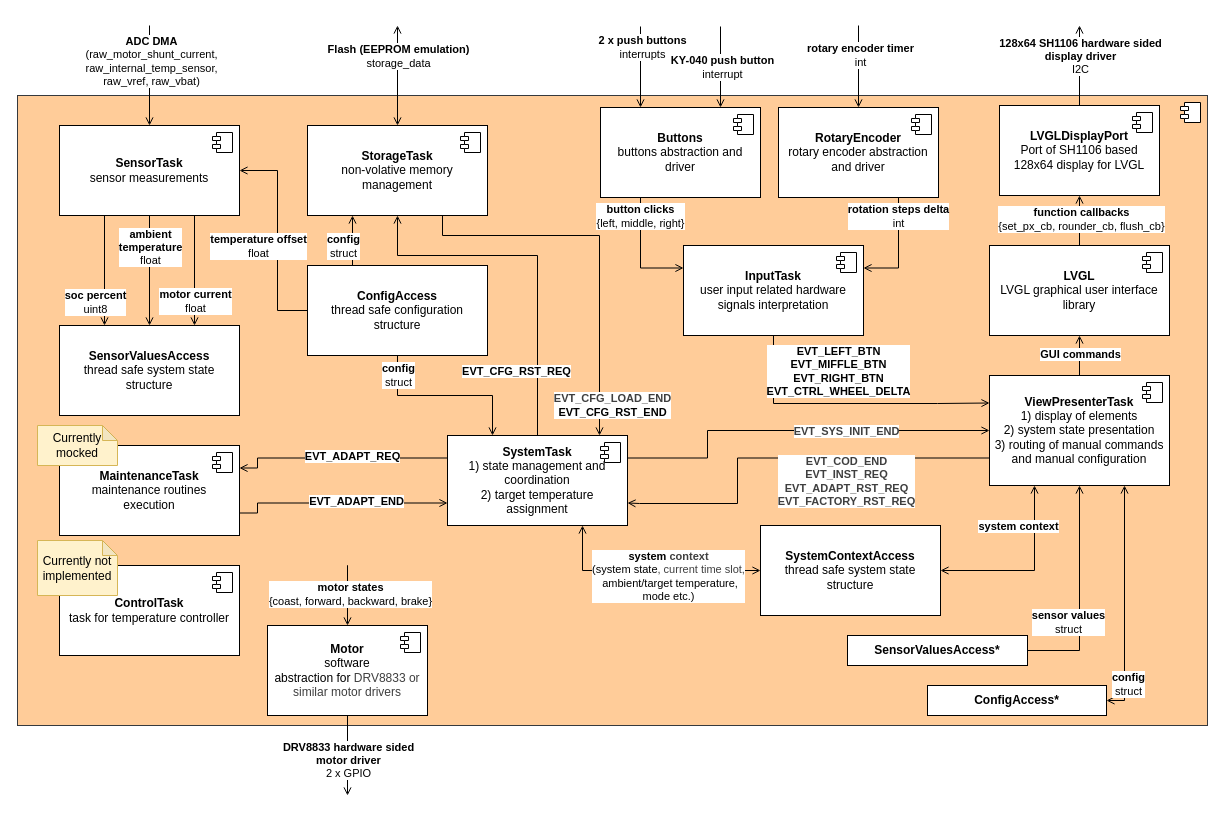
This is software/diagrams/mt-rt-sw-architecture.drawio from MiraTherm/miratherm-radiator-thermostat-documentation, a draw.io file, before an edit. Source tidied: cells renumbered, new cells numbered last; positions are measured from the earlier drawing's top-left corner, leaving out a move shared by most shapes. Both pictures are drawn from the tidied source at 100%, with x=0, y=0 at pixel (17, 25).
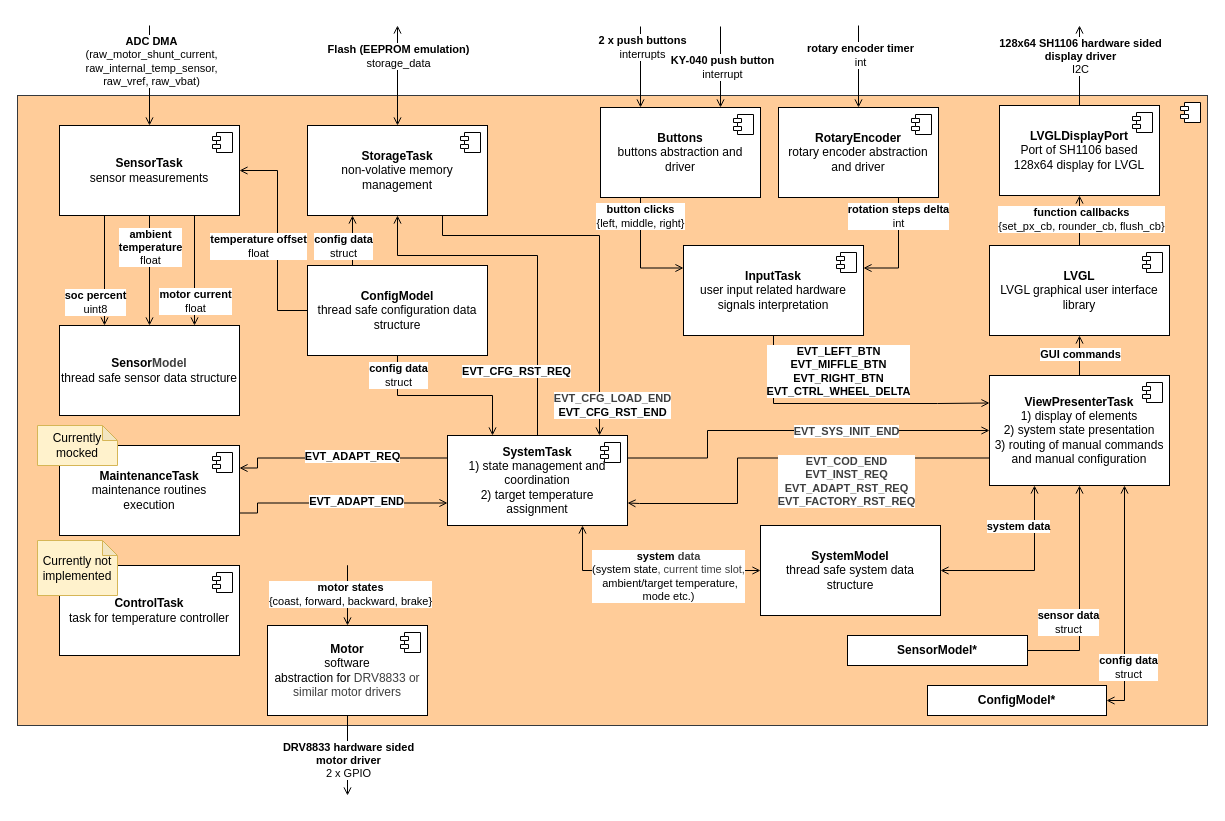
The same diagram, later.

Commit message (it also covers changes not shown here):
:memo: Change the architecture description based on MVP pattern

The change refers to these unchanged cells:
```xml
<mxCell id="59" style="endArrow=open;html=1;rounded=0;endFill=0;edgeStyle=orthogonalEdgeStyle;exitX=0.5;exitY=1;exitDx=0;exitDy=0;startArrow=none;startFill=0;entryX=0.25;entryY=0;entryDx=0;entryDy=0;fontColor=default;" parent="1" edge="1" source="58" target="4">
  <mxGeometry relative="1" as="geometry">
    <Array as="points">
      <mxPoint x="380" y="370" />
      <mxPoint x="475" y="370" />
    </Array>
  </mxGeometry>
</mxCell>
<mxCell id="61" style="endArrow=open;html=1;rounded=0;endFill=0;exitX=0.25;exitY=0;exitDx=0;exitDy=0;entryX=0.25;entryY=1;entryDx=0;entryDy=0;edgeStyle=orthogonalEdgeStyle;fontColor=default;" parent="1" edge="1" source="58" target="16">
  <mxGeometry relative="1" as="geometry" />
</mxCell>
<mxCell id="64" style="endArrow=open;html=1;rounded=0;entryX=1;entryY=0.5;entryDx=0;entryDy=0;endFill=0;exitX=0.25;exitY=1;exitDx=0;exitDy=0;edgeStyle=orthogonalEdgeStyle;startArrow=open;startFill=0;fontColor=default;" parent="1" edge="1" source="6" target="63">
  <mxGeometry relative="1" as="geometry" />
</mxCell>
<mxCell id="66" style="endArrow=open;html=1;rounded=0;entryX=0;entryY=0.5;entryDx=0;entryDy=0;endFill=0;exitX=0.75;exitY=1;exitDx=0;exitDy=0;edgeStyle=orthogonalEdgeStyle;startArrow=open;startFill=0;fontColor=default;" parent="1" edge="1" source="4" target="63">
  <mxGeometry relative="1" as="geometry" />
</mxCell>
<mxCell id="85" style="endArrow=none;html=1;rounded=0;entryX=1;entryY=0.5;entryDx=0;entryDy=0;endFill=0;exitX=0.5;exitY=1;exitDx=0;exitDy=0;edgeStyle=orthogonalEdgeStyle;startArrow=open;startFill=0;fontColor=default;" parent="1" edge="1" source="6" target="79">
  <mxGeometry relative="1" as="geometry" />
</mxCell>
<mxCell id="87" style="endArrow=open;html=1;rounded=0;entryX=1;entryY=0.5;entryDx=0;entryDy=0;endFill=0;exitX=0.75;exitY=1;exitDx=0;exitDy=0;edgeStyle=orthogonalEdgeStyle;startArrow=open;startFill=0;fontColor=default;" parent="1" edge="1" source="6" target="80">
  <mxGeometry relative="1" as="geometry" />
</mxCell>
```

Change to the diagram source:
```diff
@@
-    <mxCell id="24" value="&lt;b style=&quot;scrollbar-color: rgb(226, 226, 226) rgb(251, 251, 251);&quot;&gt;Buttons&lt;/b&gt;&lt;br style=&quot;scrollbar-color: rgb(226, 226, 226) rgb(251, 251, 251);&quot;&gt;&lt;div style=&quot;scrollbar-color: rgb(226, 226, 226) rgb(251, 251, 251);&quot;&gt;buttons abstraction and driver&lt;/div&gt;" style="html=1;whiteSpace=wrap;fontColor=default;" parent="1" vertex="1">
+    <mxCell id="24" value="&lt;font&gt;&lt;b style=&quot;scrollbar-color: rgb(226, 226, 226) rgb(251, 251, 251);&quot;&gt;Buttons&lt;/b&gt;&lt;br style=&quot;scrollbar-color: rgb(226, 226, 226) rgb(251, 251, 251);&quot;&gt;&lt;/font&gt;&lt;div style=&quot;scrollbar-color: rgb(226, 226, 226) rgb(251, 251, 251);&quot;&gt;&lt;font&gt;buttons abstraction and driver&lt;/font&gt;&lt;/div&gt;" style="html=1;whiteSpace=wrap;fontColor=default;" parent="1" vertex="1">
       <mxGeometry x="583" y="82" width="160" height="90" as="geometry" />
     </mxCell>
@@
-    <mxCell id="58" value="&lt;b&gt;ConfigAccess&lt;br&gt;&lt;/b&gt;thread safe configuration structure" style="html=1;whiteSpace=wrap;fontColor=default;" parent="1" vertex="1">
+    <mxCell id="58" value="&lt;b&gt;ConfigModel&lt;br&gt;&lt;/b&gt;thread safe configuration data structure" style="html=1;whiteSpace=wrap;fontColor=default;" parent="1" vertex="1">
       <mxGeometry x="290" y="240" width="180" height="90" as="geometry" />
     </mxCell>
@@
-    <mxCell id="60" value="&lt;b&gt;config&lt;/b&gt;&lt;br&gt;&lt;div&gt;struct&lt;/div&gt;" style="edgeLabel;html=1;align=center;verticalAlign=middle;fontColor=default;" parent="59" vertex="1">
+    <mxCell id="60" value="&lt;b&gt;config data&lt;/b&gt;&lt;br&gt;&lt;div&gt;struct&lt;/div&gt;" style="edgeLabel;html=1;align=center;verticalAlign=middle;fontColor=default;" parent="59" vertex="1">
       <mxGeometry x="-0.72" y="-1" relative="1" as="geometry">
         <mxPoint x="1" y="-6" as="offset" />
       </mxGeometry>
     </mxCell>
@@
-    <mxCell id="62" value="&lt;b&gt;config&lt;/b&gt;&lt;br&gt;&lt;div&gt;struct&lt;/div&gt;" style="edgeLabel;html=1;align=center;verticalAlign=middle;fontColor=default;" parent="61" vertex="1">
+    <mxCell id="62" value="&lt;b&gt;config data&lt;/b&gt;&lt;br&gt;&lt;div&gt;struct&lt;/div&gt;" style="edgeLabel;html=1;align=center;verticalAlign=middle;fontColor=default;" parent="61" vertex="1">
       <mxGeometry x="-0.72" y="-1" relative="1" as="geometry">
         <mxPoint x="-11" y="-13" as="offset" />
       </mxGeometry>
     </mxCell>
-    <mxCell id="63" value="&lt;b&gt;SystemContextAccess&lt;br&gt;&lt;/b&gt;thread safe system state structure" style="html=1;whiteSpace=wrap;fontColor=default;" parent="1" vertex="1">
+    <mxCell id="63" value="&lt;b&gt;SystemModel&lt;br&gt;&lt;/b&gt;thread safe system data structure" style="html=1;whiteSpace=wrap;fontColor=default;" parent="1" vertex="1">
       <mxGeometry x="743" y="500" width="180" height="90" as="geometry" />
     </mxCell>
@@
-    <mxCell id="65" value="&lt;b&gt;system context&lt;/b&gt;" style="edgeLabel;html=1;align=center;verticalAlign=middle;fontColor=default;" parent="64" vertex="1">
+    <mxCell id="65" value="&lt;b&gt;system data&lt;/b&gt;" style="edgeLabel;html=1;align=center;verticalAlign=middle;fontColor=default;" parent="64" vertex="1">
       <mxGeometry x="-0.72" y="-1" relative="1" as="geometry">
         <mxPoint x="-16" y="15" as="offset" />
       </mxGeometry>
     </mxCell>
@@
-    <mxCell id="67" value="&lt;b&gt;system&amp;nbsp;&lt;/b&gt;&lt;b style=&quot;color: rgb(63, 63, 63); scrollbar-color: rgb(226, 226, 226) rgb(251, 251, 251);&quot;&gt;context&lt;/b&gt;&lt;br&gt;&lt;div&gt;(system state&lt;span style=&quot;color: rgb(63, 63, 63);&quot;&gt;, current time slot,&lt;br&gt;&lt;/span&gt;&amp;nbsp;ambient/target temperature,&lt;br&gt;mode etc.)&lt;/div&gt;" style="edgeLabel;html=1;align=center;verticalAlign=middle;fontColor=default;" parent="66" vertex="1">
+    <mxCell id="67" value="&lt;b&gt;system&amp;nbsp;&lt;/b&gt;&lt;b style=&quot;color: rgb(63, 63, 63); scrollbar-color: rgb(226, 226, 226) rgb(251, 251, 251);&quot;&gt;data&lt;/b&gt;&lt;br&gt;&lt;div&gt;(system state&lt;span style=&quot;color: rgb(63, 63, 63);&quot;&gt;, current time slot,&lt;br&gt;&lt;/span&gt;&amp;nbsp;ambient/target temperature,&lt;br&gt;mode etc.)&lt;/div&gt;" style="edgeLabel;html=1;align=center;verticalAlign=middle;fontColor=default;" parent="66" vertex="1">
       <mxGeometry x="-0.72" y="-1" relative="1" as="geometry">
         <mxPoint x="86" y="19" as="offset" />
       </mxGeometry>
     </mxCell>
@@
-    <mxCell id="72" value="&lt;b&gt;SensorValuesAccess&lt;br&gt;&lt;/b&gt;thread safe system state structure" style="html=1;whiteSpace=wrap;" parent="1" vertex="1">
+    <mxCell id="72" value="&lt;b&gt;Sensor&lt;/b&gt;&lt;b style=&quot;color: rgb(63, 63, 63); scrollbar-color: rgb(226, 226, 226) rgb(251, 251, 251);&quot;&gt;Model&lt;/b&gt;&lt;b&gt;&lt;br&gt;&lt;/b&gt;thread safe sensor data structure" style="html=1;whiteSpace=wrap;" parent="1" vertex="1">
       <mxGeometry x="42" y="300" width="180" height="90" as="geometry" />
     </mxCell>
@@
-    <mxCell id="79" value="&lt;b&gt;SensorValuesAccess*&lt;/b&gt;" style="html=1;whiteSpace=wrap;" parent="1" vertex="1">
+    <mxCell id="79" value="&lt;b&gt;SensorModel*&lt;/b&gt;" style="html=1;whiteSpace=wrap;" parent="1" vertex="1">
       <mxGeometry x="830" y="610" width="180" height="30" as="geometry" />
     </mxCell>
-    <mxCell id="80" value="&lt;b&gt;ConfigAccess*&lt;/b&gt;" style="html=1;whiteSpace=wrap;fontColor=default;" parent="1" vertex="1">
+    <mxCell id="80" value="&lt;b&gt;ConfigModel*&lt;/b&gt;" style="html=1;whiteSpace=wrap;fontColor=default;" parent="1" vertex="1">
       <mxGeometry x="910" y="660" width="179" height="30" as="geometry" />
     </mxCell>
@@
-    <mxCell id="86" value="&lt;b&gt;sensor values&lt;/b&gt;&lt;br&gt;&lt;div&gt;struct&lt;/div&gt;" style="edgeLabel;html=1;align=center;verticalAlign=middle;fontColor=default;" parent="85" vertex="1">
+    <mxCell id="86" value="&lt;b&gt;sensor data&lt;/b&gt;&lt;br&gt;&lt;div&gt;struct&lt;/div&gt;" style="edgeLabel;html=1;align=center;verticalAlign=middle;fontColor=default;" parent="85" vertex="1">
       <mxGeometry x="-0.72" y="-1" relative="1" as="geometry">
         <mxPoint x="-11" y="106" as="offset" />
       </mxGeometry>
     </mxCell>
@@
-    <mxCell id="88" value="&lt;b&gt;config&lt;/b&gt;&lt;br&gt;&lt;div&gt;struct&lt;/div&gt;" style="edgeLabel;html=1;align=center;verticalAlign=middle;fontColor=default;" parent="87" vertex="1">
+    <mxCell id="88" value="&lt;b&gt;config data&lt;/b&gt;&lt;br&gt;&lt;div&gt;struct&lt;/div&gt;" style="edgeLabel;html=1;align=center;verticalAlign=middle;fontColor=default;" parent="87" vertex="1">
       <mxGeometry x="-0.72" y="-1" relative="1" as="geometry">
-        <mxPoint x="4" y="165" as="offset" />
+        <mxPoint x="4" y="148" as="offset" />
       </mxGeometry>
     </mxCell>
```
